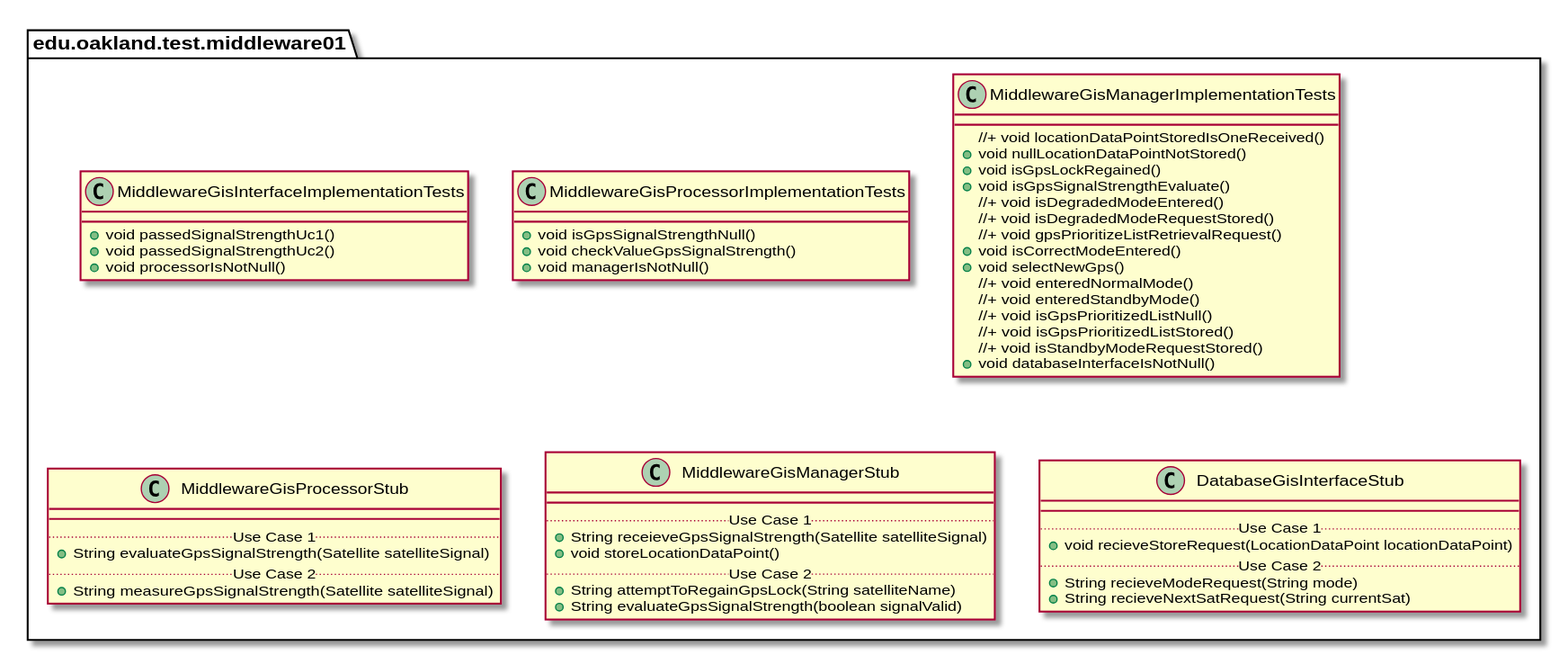
This is docs/uml-class-diagrams/middleware01/test/Middleware01TestPackage.svg from andrewdimmer/csi-3370-software-project, a PlantUML export, as it was before one commit. Source of this version:
```plantuml
@startuml Middleware01TestPackage

package edu.oakland.test.middleware01 {

}


package edu.oakland.test.middleware01 {
  class MiddlewareGisInterfaceImplementationTests {
    + void passedSignalStrengthUc1()
    + void passedSignalStrengthUc2()
    + void processorIsNotNull()
  }
}


package edu.oakland.test.middleware01 {
  class MiddlewareGisProcessorImplementationTests {
    + void isGpsSignalStrengthNull()
    + void checkValueGpsSignalStrength()
    + void managerIsNotNull()
  }
}


package edu.oakland.test.middleware01 {
  class MiddlewareGisManagerImplementationTests {
    //+ void locationDataPointStoredIsOneReceived()
    + void nullLocationDataPointNotStored()
    + void isGpsLockRegained()
    + void isGpsSignalStrengthEvaluate()
    //+ void isDegradedModeEntered()
    //+ void isDegradedModeRequestStored()
    //+ void gpsPrioritizeListRetrievalRequest()
    + void isCorrectModeEntered()
    + void selectNewGps()
    //+ void enteredNormalMode()
    //+ void enteredStandbyMode()
    //+ void isGpsPrioritizedListNull()
    //+ void isGpsPrioritizedListStored()
    //+ void isStandbyModeRequestStored()
    + void databaseInterfaceIsNotNull()
  }
}


package edu.oakland.test.middleware01 {
    class MiddlewareGisProcessorStub {
        __
        .. Use Case 1 ..
        + String evaluateGpsSignalStrength(Satellite satelliteSignal)
        .. Use Case 2 ..
        + String measureGpsSignalStrength(Satellite satelliteSignal)
    }
}


package edu.oakland.test.middleware01 {
    class MiddlewareGisManagerStub {
        __
        .. Use Case 1 ..
        + String receieveGpsSignalStrength(Satellite satelliteSignal)
        + void storeLocationDataPoint()
        .. Use Case 2 ..
        + String attemptToRegainGpsLock(String satelliteName)
        + String evaluateGpsSignalStrength(boolean signalValid)
    }
}


package edu.oakland.test.middleware01 {
    class DatabaseGisInterfaceStub {
        __
        .. Use Case 1 ..
        + void recieveStoreRequest(LocationDataPoint locationDataPoint)
        .. Use Case 2 ..
        + String recieveModeRequest(String mode)
        + String recieveNextSatRequest(String currentSat)
    }
}


@enduml
```
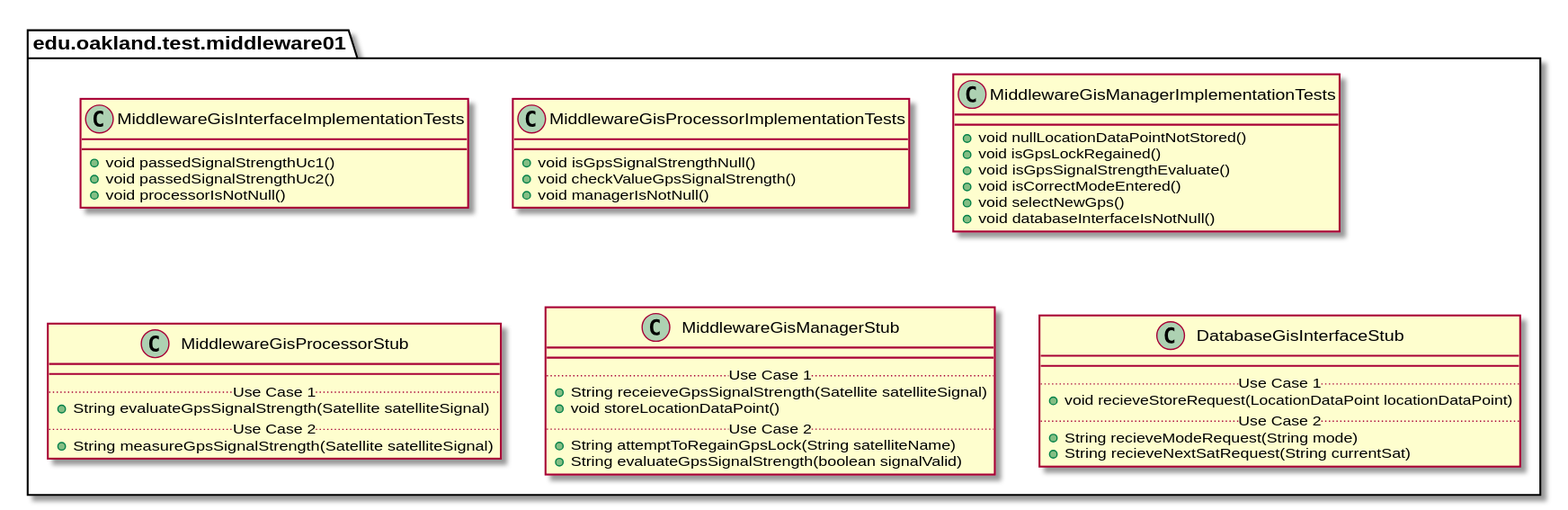
Above is the later version.

The edit, as a diff of the source:
```diff
@@ -25,20 +25,11 @@
 
 package edu.oakland.test.middleware01 {
   class MiddlewareGisManagerImplementationTests {
-    //+ void locationDataPointStoredIsOneReceived()
     + void nullLocationDataPointNotStored()
     + void isGpsLockRegained()
     + void isGpsSignalStrengthEvaluate()
-    //+ void isDegradedModeEntered()
-    //+ void isDegradedModeRequestStored()
-    //+ void gpsPrioritizeListRetrievalRequest()
     + void isCorrectModeEntered()
     + void selectNewGps()
-    //+ void enteredNormalMode()
-    //+ void enteredStandbyMode()
-    //+ void isGpsPrioritizedListNull()
-    //+ void isGpsPrioritizedListStored()
-    //+ void isStandbyModeRequestStored()
     + void databaseInterfaceIsNotNull()
   }
 }
```
